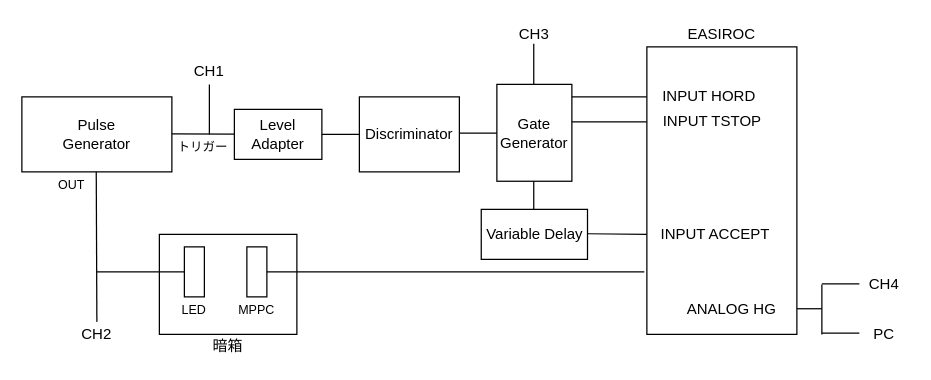
The draw.io diagram page "week1" (1 of 4) of Untitled Diagram.drawio in hmdyt/b4ex_plastic_scintillator, before the edit. Source tidied: cells renumbered, new cells numbered last; positions are measured from the earlier drawing's top-left corner, leaving out a move shared by most shapes. Both pictures are drawn from the tidied source at 125%, with x=0, y=0 at pixel (21, 21).
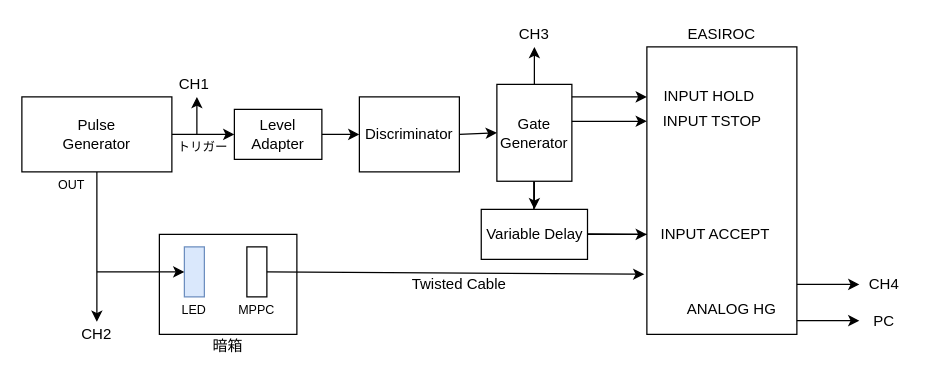
Above is the later version.

Unchanged cells that the change refers to:
```xml
<mxCell id="2" value="Pulse&lt;br&gt;Generator" style="rounded=0;whiteSpace=wrap;html=1;" parent="1" vertex="1">
  <mxGeometry y="60" width="120" height="60" as="geometry" />
</mxCell>
<mxCell id="4" value="CH2" style="text;html=1;strokeColor=none;fillColor=none;align=center;verticalAlign=middle;whiteSpace=wrap;rounded=0;" parent="1" vertex="1">
  <mxGeometry x="40" y="240" width="40" height="20" as="geometry" />
</mxCell>
<mxCell id="7" value="Level&lt;br&gt;Adapter" style="rounded=0;whiteSpace=wrap;html=1;" parent="1" vertex="1">
  <mxGeometry x="170" y="70" width="70" height="40" as="geometry" />
</mxCell>
<mxCell id="12" value="Discriminator" style="rounded=0;whiteSpace=wrap;html=1;" parent="1" vertex="1">
  <mxGeometry x="270" y="60" width="80" height="60" as="geometry" />
</mxCell>
<mxCell id="13" value="Gate&lt;br&gt;Generator" style="rounded=0;whiteSpace=wrap;html=1;" parent="1" vertex="1">
  <mxGeometry x="380" y="50" width="60" height="77.5" as="geometry" />
</mxCell>
<mxCell id="16" value="CH3" style="text;html=1;strokeColor=none;fillColor=none;align=center;verticalAlign=middle;whiteSpace=wrap;rounded=0;" parent="1" vertex="1">
  <mxGeometry x="390" width="40" height="20" as="geometry" />
</mxCell>
<mxCell id="20" style="rounded=0;whiteSpace=wrap;html=1;" parent="1" vertex="1">
  <mxGeometry x="500" y="20" width="120" height="230" as="geometry" />
</mxCell>
<mxCell id="25" value="Variable Delay" style="rounded=0;whiteSpace=wrap;html=1;" parent="1" vertex="1">
  <mxGeometry x="367.5" y="150" width="85" height="40" as="geometry" />
</mxCell>
<mxCell id="26" value="INPUT ACCEPT" style="text;html=1;strokeColor=none;fillColor=none;align=center;verticalAlign=middle;whiteSpace=wrap;rounded=0;" parent="1" vertex="1">
  <mxGeometry x="500" y="160" width="110" height="20" as="geometry" />
</mxCell>
<mxCell id="32" value="CH4" style="text;html=1;strokeColor=none;fillColor=none;align=center;verticalAlign=middle;whiteSpace=wrap;rounded=0;" parent="1" vertex="1">
  <mxGeometry x="670" y="200" width="40" height="20" as="geometry" />
</mxCell>
```

The edit, as a diff of the source:
```diff
@@
+    <mxCell id="42" style="edgeStyle=orthogonalEdgeStyle;rounded=0;jettySize=auto;html=1;entryX=0;entryY=0.5;entryDx=0;entryDy=0;" parent="1" edge="1" source="2" target="7">
+      <mxGeometry relative="1" as="geometry">
+        <Array as="points">
+          <mxPoint x="140" y="90" />
+          <mxPoint x="140" y="90" />
+        </Array>
+      </mxGeometry>
+    </mxCell>
@@
-    <mxCell id="3" style="endArrow=none;html=1;" parent="1" edge="1">
-      <mxGeometry relative="1" as="geometry">
-        <mxPoint x="60" y="240" as="sourcePoint" />
-        <mxPoint x="59.5" y="120" as="targetPoint" />
-      </mxGeometry>
-    </mxCell>
@@
-    <mxCell id="6" style="endArrow=none;html=1;" parent="1" edge="1" target="7">
-      <mxGeometry relative="1" as="geometry">
-        <mxPoint x="120" y="89.5" as="sourcePoint" />
-      </mxGeometry>
-    </mxCell>
+    <mxCell id="43" style="edgeStyle=orthogonalEdgeStyle;rounded=0;jettySize=auto;html=1;entryX=0;entryY=0.5;entryDx=0;entryDy=0;" parent="1" edge="1" source="7" target="12">
+      <mxGeometry relative="1" as="geometry" />
+    </mxCell>
@@
-    <mxCell id="8" style="endArrow=none;html=1;" parent="1" edge="1" target="9">
-      <mxGeometry relative="1" as="geometry">
-        <mxPoint x="150" y="90" as="sourcePoint" />
-      </mxGeometry>
-    </mxCell>
     <mxCell id="9" value="CH1" style="text;html=1;strokeColor=none;fillColor=none;align=center;verticalAlign=middle;whiteSpace=wrap;rounded=0;" parent="1" vertex="1">
-      <mxGeometry x="130" y="30" width="40" height="20" as="geometry" />
+      <mxGeometry x="118" y="40" width="40" height="20" as="geometry" />
     </mxCell>
@@
-    <mxCell id="11" style="endArrow=none;html=1;" parent="1" edge="1" target="12">
-      <mxGeometry relative="1" as="geometry">
-        <mxPoint x="240" y="90" as="sourcePoint" />
-      </mxGeometry>
-    </mxCell>
@@
+    <mxCell id="44" style="edgeStyle=orthogonalEdgeStyle;rounded=0;jettySize=auto;html=1;" parent="1" edge="1" source="13" target="25">
+      <mxGeometry relative="1" as="geometry" />
+    </mxCell>
@@
-    <mxCell id="14" style="endArrow=none;html=1;" parent="1" edge="1">
-      <mxGeometry relative="1" as="geometry">
-        <mxPoint x="350" y="89" as="sourcePoint" />
-        <mxPoint x="380" y="89" as="targetPoint" />
-      </mxGeometry>
-    </mxCell>
-    <mxCell id="15" style="endArrow=none;html=1;" parent="1" edge="1">
-      <mxGeometry relative="1" as="geometry">
-        <mxPoint x="409.5" y="50" as="sourcePoint" />
-        <mxPoint x="409.5" y="17.5" as="targetPoint" />
-      </mxGeometry>
-    </mxCell>
@@
-    <mxCell id="17" style="endArrow=none;html=1;" parent="1" edge="1">
-      <mxGeometry relative="1" as="geometry">
-        <mxPoint x="440" y="60" as="sourcePoint" />
-        <mxPoint x="500" y="60" as="targetPoint" />
-      </mxGeometry>
-    </mxCell>
-    <mxCell id="18" style="endArrow=none;html=1;" parent="1" edge="1">
-      <mxGeometry relative="1" as="geometry">
-        <mxPoint x="440" y="80" as="sourcePoint" />
-        <mxPoint x="500" y="80" as="targetPoint" />
-      </mxGeometry>
-    </mxCell>
@@
-    <mxCell id="22" value="INPUT HORD" style="text;html=1;strokeColor=none;fillColor=none;align=center;verticalAlign=middle;whiteSpace=wrap;rounded=0;" parent="1" vertex="1">
+    <mxCell id="22" value="INPUT HOLD" style="text;html=1;strokeColor=none;fillColor=none;align=center;verticalAlign=middle;whiteSpace=wrap;rounded=0;" parent="1" vertex="1">
       <mxGeometry x="500" y="50" width="100" height="20" as="geometry" />
     </mxCell>
@@
+    <mxCell id="45" style="edgeStyle=orthogonalEdgeStyle;rounded=0;jettySize=auto;html=1;" parent="1" edge="1" source="25" target="26">
+      <mxGeometry relative="1" as="geometry" />
+    </mxCell>
@@
-    <mxCell id="28" style="endArrow=none;html=1;" parent="1" edge="1">
-      <mxGeometry relative="1" as="geometry">
-        <mxPoint x="620" y="229.5" as="sourcePoint" />
-        <mxPoint x="640" y="229.5" as="targetPoint" />
-      </mxGeometry>
-    </mxCell>
-    <mxCell id="29" style="endArrow=none;html=1;" parent="1" edge="1">
-      <mxGeometry relative="1" as="geometry">
-        <mxPoint x="640" y="250" as="sourcePoint" />
-        <mxPoint x="640" y="210" as="targetPoint" />
-      </mxGeometry>
-    </mxCell>
-    <mxCell id="30" style="endArrow=none;html=1;" parent="1" edge="1">
-      <mxGeometry relative="1" as="geometry">
-        <mxPoint x="640" y="249" as="sourcePoint" />
-        <mxPoint x="670" y="249" as="targetPoint" />
-      </mxGeometry>
-    </mxCell>
-    <mxCell id="31" style="endArrow=none;html=1;" parent="1" edge="1">
-      <mxGeometry relative="1" as="geometry">
-        <mxPoint x="640" y="209.5" as="sourcePoint" />
-        <mxPoint x="670" y="209.5" as="targetPoint" />
-      </mxGeometry>
-    </mxCell>
@@
     <mxCell id="33" value="PC" style="text;html=1;strokeColor=none;fillColor=none;align=center;verticalAlign=middle;whiteSpace=wrap;rounded=0;" parent="1" vertex="1">
-      <mxGeometry x="670" y="240" width="40" height="20" as="geometry" />
+      <mxGeometry x="670" y="230" width="40" height="20" as="geometry" />
     </mxCell>
@@
-    <mxCell id="35" style="rounded=0;whiteSpace=wrap;html=1;" parent="1" vertex="1">
+    <mxCell id="35" style="rounded=0;whiteSpace=wrap;html=1;fillColor=#dae8fc;strokeColor=#6c8ebf;" parent="1" vertex="1">
       <mxGeometry x="130" y="180" width="16" height="40" as="geometry" />
     </mxCell>
@@
-    <mxCell id="39" style="endArrow=none;html=1;entryX=0;entryY=0.5;entryDx=0;entryDy=0;" parent="1" edge="1" target="35">
-      <mxGeometry relative="1" as="geometry">
-        <mxPoint x="60" y="200" as="sourcePoint" />
-      </mxGeometry>
-    </mxCell>
@@
-    <mxCell id="41" style="endArrow=none;html=1;entryX=-0.017;entryY=0.783;entryDx=0;entryDy=0;entryPerimeter=0;" parent="1" edge="1" target="20">
-      <mxGeometry relative="1" as="geometry">
-        <mxPoint x="196" y="200" as="sourcePoint" />
-      </mxGeometry>
-    </mxCell>
+    <mxCell id="46" style="endArrow=classic;html=1;" parent="1" edge="1">
+      <mxGeometry relative="1" as="geometry">
+        <mxPoint x="140" y="90" as="sourcePoint" />
+        <mxPoint x="140" y="60" as="targetPoint" />
+      </mxGeometry>
+    </mxCell>
+    <mxCell id="47" style="endArrow=classic;html=1;entryX=0;entryY=0.5;entryDx=0;entryDy=0;" parent="1" edge="1" target="13">
+      <mxGeometry relative="1" as="geometry">
+        <mxPoint x="350" y="90" as="sourcePoint" />
+      </mxGeometry>
+    </mxCell>
+    <mxCell id="48" style="endArrow=classic;html=1;entryX=0;entryY=0.5;entryDx=0;entryDy=0;entryPerimeter=0;" parent="1" edge="1" target="22">
+      <mxGeometry relative="1" as="geometry">
+        <mxPoint x="440" y="60" as="sourcePoint" />
+      </mxGeometry>
+    </mxCell>
+    <mxCell id="49" style="endArrow=classic;html=1;entryX=0;entryY=0.5;entryDx=0;entryDy=0;entryPerimeter=0;" parent="1" edge="1">
+      <mxGeometry relative="1" as="geometry">
+        <mxPoint x="440" y="79.5" as="sourcePoint" />
+        <mxPoint x="500" y="79.5" as="targetPoint" />
+      </mxGeometry>
+    </mxCell>
+    <mxCell id="50" style="endArrow=classic;html=1;entryX=0.5;entryY=1;entryDx=0;entryDy=0;exitX=0.5;exitY=0;exitDx=0;exitDy=0;" parent="1" edge="1" source="13" target="16">
+      <mxGeometry relative="1" as="geometry" />
+    </mxCell>
+    <mxCell id="51" style="endArrow=classic;html=1;entryX=-0.017;entryY=0.791;entryDx=0;entryDy=0;entryPerimeter=0;" parent="1" edge="1" target="20">
+      <mxGeometry relative="1" as="geometry">
+        <mxPoint x="196" y="200" as="sourcePoint" />
+      </mxGeometry>
+    </mxCell>
+    <mxCell id="52" style="endArrow=classic;html=1;entryX=0;entryY=0.5;entryDx=0;entryDy=0;" parent="1" edge="1" target="35">
+      <mxGeometry relative="1" as="geometry">
+        <mxPoint x="60" y="200" as="sourcePoint" />
+      </mxGeometry>
+    </mxCell>
+    <mxCell id="53" style="endArrow=classic;html=1;entryX=0.5;entryY=0;entryDx=0;entryDy=0;exitX=0.5;exitY=1;exitDx=0;exitDy=0;exitPerimeter=0;" parent="1" edge="1" source="2" target="4">
+      <mxGeometry relative="1" as="geometry" />
+    </mxCell>
+    <mxCell id="54" style="endArrow=classic;html=1;entryX=0;entryY=0.5;entryDx=0;entryDy=0;" parent="1" edge="1" target="32">
+      <mxGeometry relative="1" as="geometry">
+        <mxPoint x="620" y="210" as="sourcePoint" />
+      </mxGeometry>
+    </mxCell>
+    <mxCell id="55" style="endArrow=classic;html=1;entryX=0;entryY=0.5;entryDx=0;entryDy=0;" parent="1" edge="1">
+      <mxGeometry relative="1" as="geometry">
+        <mxPoint x="620" y="239" as="sourcePoint" />
+        <mxPoint x="670" y="239" as="targetPoint" />
+      </mxGeometry>
+    </mxCell>
+    <mxCell id="56" value="Twisted Cable" style="text;html=1;strokeColor=none;fillColor=none;align=center;verticalAlign=middle;whiteSpace=wrap;rounded=0;" parent="1" vertex="1">
+      <mxGeometry x="300" y="200" width="100" height="20" as="geometry" />
+    </mxCell>
```
